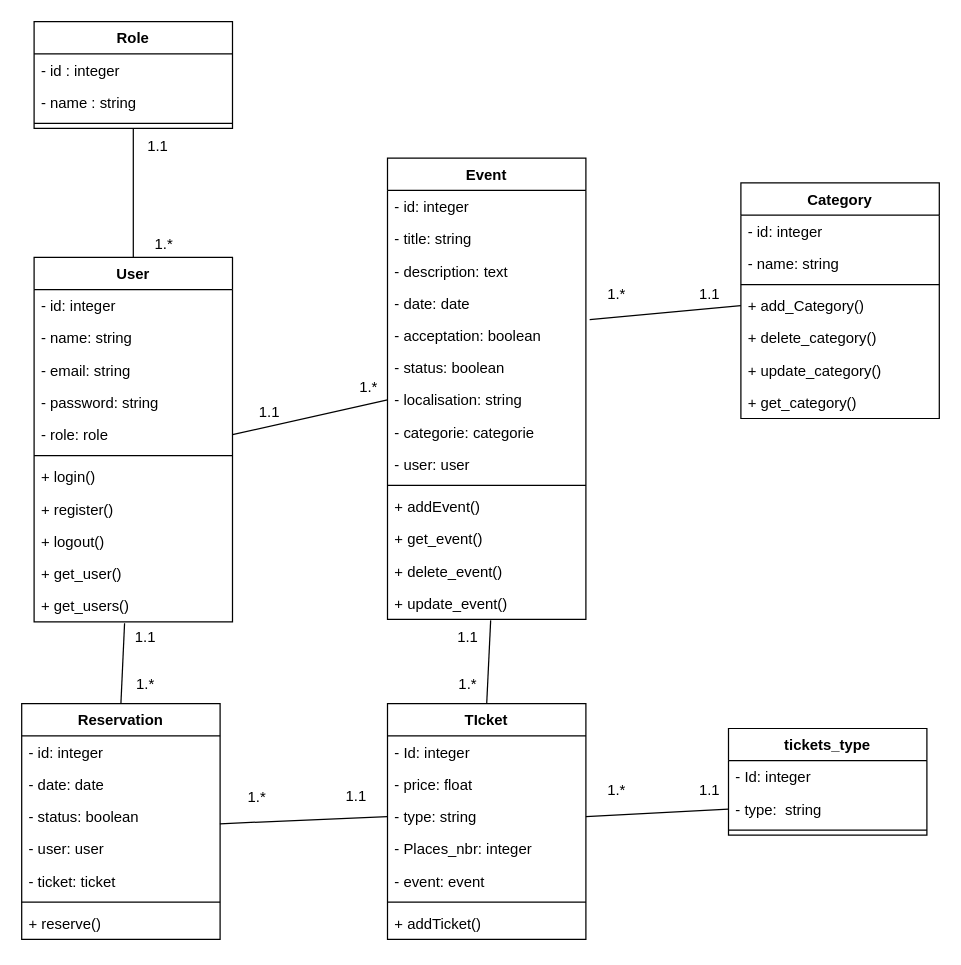
This is diagramme_classe.drawio from Mohamed072005/YouEvent, a draw.io file, before an edit. Source tidied: cells renumbered, new cells numbered last; positions are measured from the earlier drawing's top-left corner, leaving out a move shared by most shapes. Both pictures are drawn from the tidied source at 124%, with x=0, y=0 at pixel (21, 21).
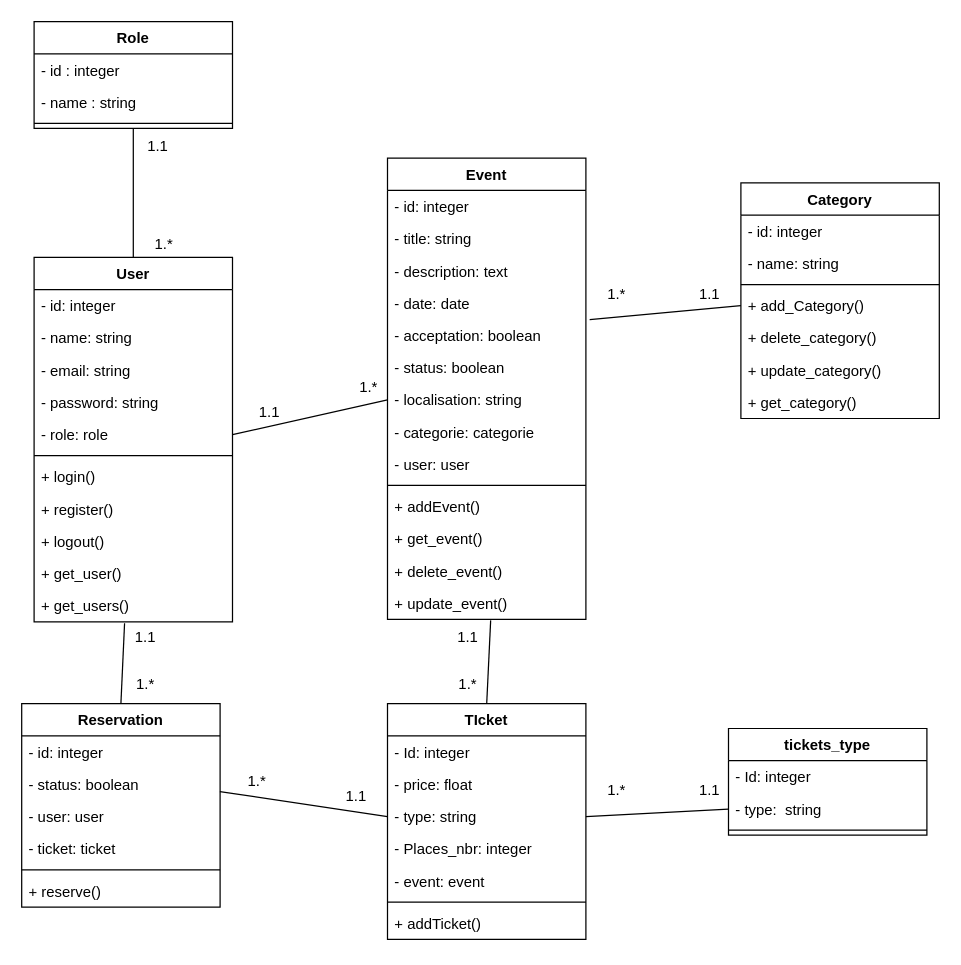
Above is the later version.

Commit message:
add some edits in diagram class

Diff of the diagram source:
```diff
@@
     <mxCell id="45" value="Reservation" style="swimlane;fontStyle=1;align=center;verticalAlign=top;horizontal=1;startSize=26;" parent="1" vertex="1">
-      <mxGeometry y="550" width="160" height="190" as="geometry" />
+      <mxGeometry y="550" width="160" height="164" as="geometry" />
     </mxCell>
@@
-    <mxCell id="47" value="- date: date" style="text;strokeColor=none;fillColor=none;align=left;verticalAlign=top;spacingLeft=4;spacingRight=4;overflow=hidden;" parent="45" vertex="1">
-      <mxGeometry y="52" width="160" height="26" as="geometry" />
-    </mxCell>
     <mxCell id="48" value="- status: boolean" style="text;strokeColor=none;fillColor=none;align=left;verticalAlign=top;spacingLeft=4;spacingRight=4;overflow=hidden;points=[[0,0.5],[1,0.5]];portConstraint=eastwest;" parent="45" vertex="1">
-      <mxGeometry y="78" width="160" height="26" as="geometry" />
+      <mxGeometry y="52" width="160" height="26" as="geometry" />
     </mxCell>
     <mxCell id="49" value="- user: user" style="text;strokeColor=none;fillColor=none;align=left;verticalAlign=top;spacingLeft=4;spacingRight=4;overflow=hidden;" parent="45" vertex="1">
-      <mxGeometry y="104" width="160" height="26" as="geometry" />
+      <mxGeometry y="78" width="160" height="26" as="geometry" />
     </mxCell>
     <mxCell id="50" value="- ticket: ticket" style="text;strokeColor=none;fillColor=none;align=left;verticalAlign=top;spacingLeft=4;spacingRight=4;overflow=hidden;" parent="45" vertex="1">
-      <mxGeometry y="130" width="160" height="26" as="geometry" />
+      <mxGeometry y="104" width="160" height="26" as="geometry" />
     </mxCell>
     <mxCell id="51" style="line;strokeWidth=1;fillColor=none;align=left;verticalAlign=middle;spacingTop=-1;spacingLeft=3;spacingRight=3;labelPosition=right;strokeColor=inherit;" parent="45" vertex="1">
-      <mxGeometry y="156" width="160" height="8" as="geometry" />
+      <mxGeometry y="130" width="160" height="8" as="geometry" />
     </mxCell>
     <mxCell id="52" value="+ reserve()" style="text;strokeColor=none;fillColor=none;align=left;verticalAlign=top;spacingLeft=4;spacingRight=4;overflow=hidden;" parent="45" vertex="1">
-      <mxGeometry y="164" width="160" height="26" as="geometry" />
+      <mxGeometry y="138" width="160" height="26" as="geometry" />
     </mxCell>
@@
     <mxCell id="77" value="1.*" style="text;strokeColor=none;align=center;fillColor=none;html=1;verticalAlign=middle;whiteSpace=wrap;rounded=0;" parent="1" vertex="1">
-      <mxGeometry x="160" y="611" width="60" height="30" as="geometry" />
+      <mxGeometry x="160" y="598" width="60" height="30" as="geometry" />
     </mxCell>
```
